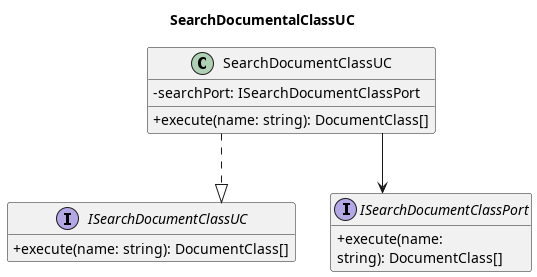
Earlier version of the PlantUML export out/3_PB/DocumentiEsterni/DiagrammiSpecificaTecnica/C4/C4_backend_Search/C4_backend_Search-1.png (7-ZPUs/Docs).
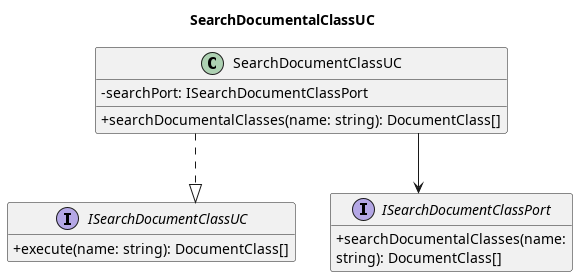
Later version of the same file.

Change to the diagram source:
```diff
@@ -10,10 +10,10 @@
 }
 class SearchDocumentClassUC {
     - searchPort: ISearchDocumentClassPort
-    + execute(name: string): DocumentClass[]
+    + searchDocumentalClasses(name: string): DocumentClass[]
 }
 interface ISearchDocumentClassPort {
-    + execute(name:
+    + searchDocumentalClasses(name:
     string): DocumentClass[]
 }
 
```
